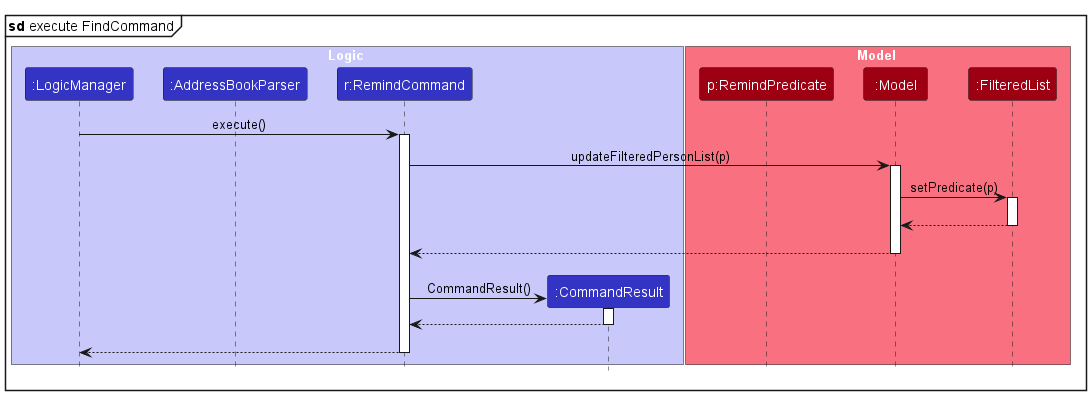
Above: docs/images/RemindSequenceDiagram2.png in nus-cs2103-AY2324S1/tp (PlantUML), before the change. Source of this version:
```plantuml
@startuml
mainframe **sd** execute FindCommand
!include style.puml
skinparam ArrowFontStyle plain

box Logic LOGIC_COLOR_T1
participant ":LogicManager" as LogicManager LOGIC_COLOR
participant ":AddressBookParser" as AddressBookParser LOGIC_COLOR
participant "r:RemindCommand" as RemindCommand LOGIC_COLOR
participant ":CommandResult" as CommandResult LOGIC_COLOR
end box

box Model MODEL_COLOR_T1
participant "p:RemindPredicate" as RemindPredicate MODEL_COLOR
participant ":Model" as Model MODEL_COLOR
participant ":FilteredList" as FilteredList MODEL_COLOR

LogicManager -> RemindCommand : execute()
activate RemindCommand
RemindCommand -> Model : updateFilteredPersonList(p)
activate Model
Model -> FilteredList : setPredicate(p)

activate FilteredList
FilteredList -[hidden]-> Model
FilteredList --> Model
deactivate FilteredList

Model -[hidden]-> RemindCommand
Model --> RemindCommand
deactivate Model
Model -[hidden]-> RemindCommand


create CommandResult
RemindCommand -> CommandResult : CommandResult()
activate CommandResult
CommandResult --> RemindCommand
deactivate CommandResult

RemindCommand -[hidden]-> LogicManager
RemindCommand --> LogicManager
deactivate RemindCommand

@enduml
```
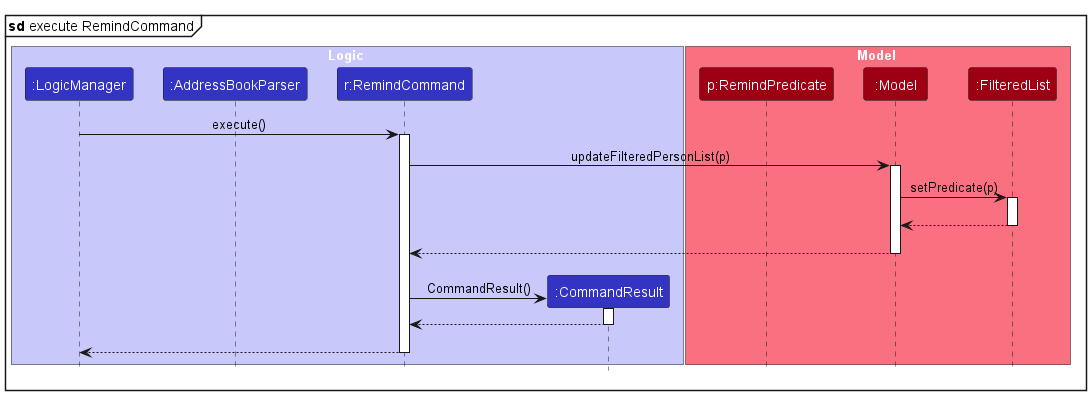
Above is the later version.

Commit message:
Fix sequence diagrams bugs

Change to the diagram source:
```diff
@@ -1,5 +1,5 @@
 @startuml
-mainframe **sd** execute FindCommand
+mainframe **sd** execute RemindCommand
 !include style.puml
 skinparam ArrowFontStyle plain
 
```
